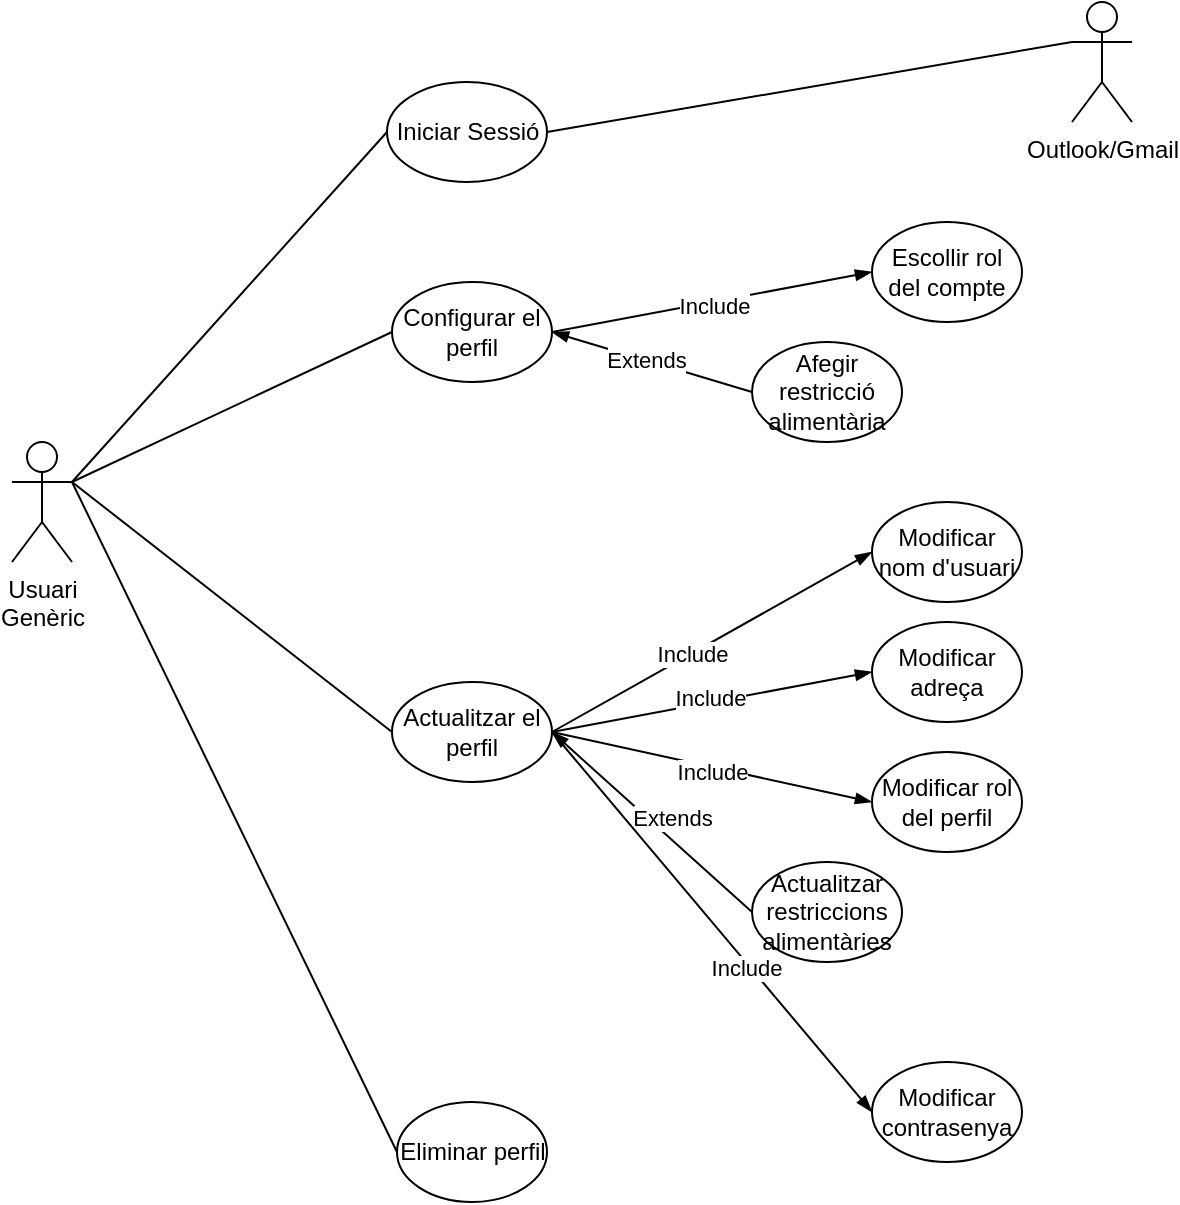
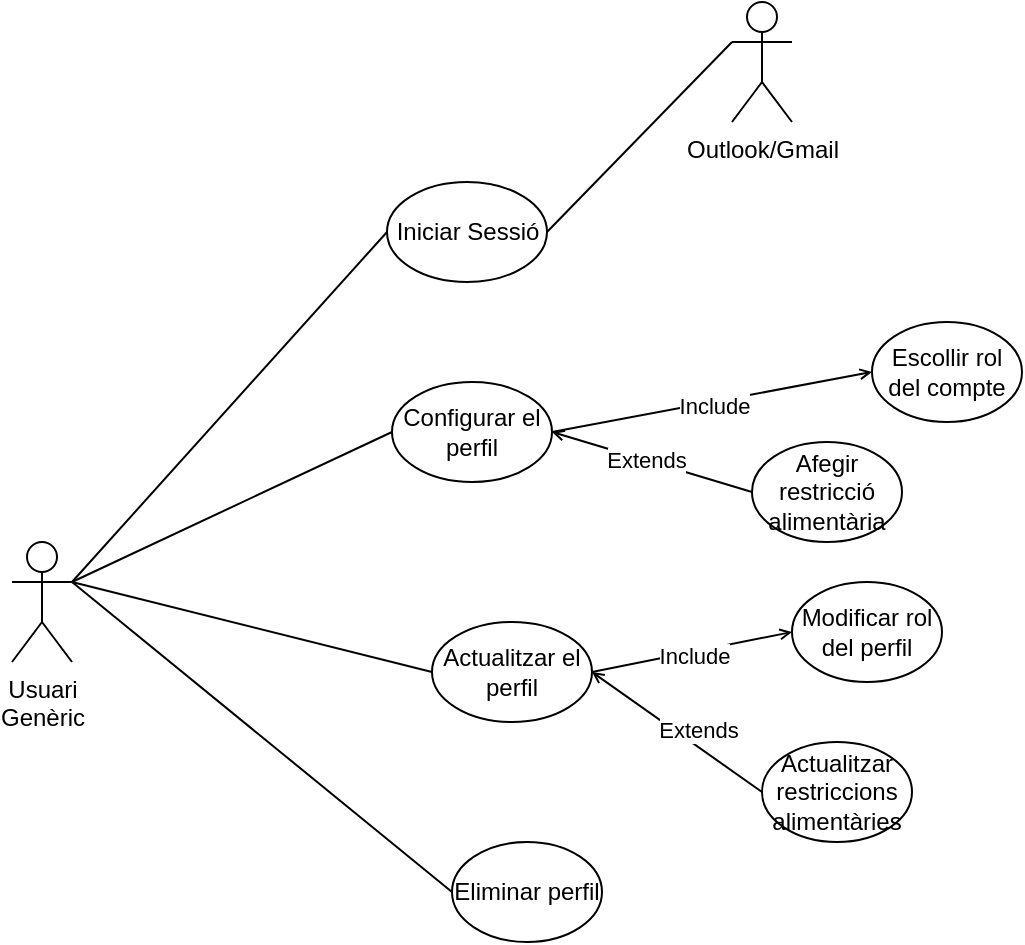
- <mxfile host="Electron" agent="Mozilla/5.0 (X11; Linux x86_64) AppleWebKit/537.36 (KHTML, like Gecko) draw.io/29.6.1 Chrome/142.0.7444.265 Electron/39.8.9 Safari/537.36" version="29.6.1">
+ <mxfile host="Electron" agent="Mozilla/5.0 (X11; Linux x86_64) AppleWebKit/537.36 (KHTML, like Gecko) draw.io/29.6.1 Chrome/142.0.7444.265 Electron/39.8.9 Safari/537.36">
  <diagram name="Pàgina-1" id="554452TnlsPXSCmWLVR3">
-     <mxGraphModel dx="1426" dy="848" grid="1" gridSize="10" guides="1" tooltips="1" connect="1" arrows="1" fold="1" page="1" pageScale="1" pageWidth="1169" pageHeight="827" math="0" shadow="0">
+     <mxGraphModel dx="1712" dy="1001" grid="1" gridSize="10" guides="1" tooltips="1" connect="1" arrows="1" fold="1" page="1" pageScale="1" pageWidth="1169" pageHeight="827" math="0" shadow="0">
      <root>
        <mxCell id="0" />
        <mxCell id="1" parent="0" />
        <mxCell id="fca1Em15TCVHM_VSifuS-20" edge="1" parent="1" source="fca1Em15TCVHM_VSifuS-1" style="edgeStyle=none;shape=connector;rounded=0;orthogonalLoop=1;jettySize=auto;html=1;exitX=1;exitY=0.3333333333333333;exitDx=0;exitDy=0;exitPerimeter=0;entryX=0;entryY=0.5;entryDx=0;entryDy=0;strokeColor=default;align=center;verticalAlign=middle;fontFamily=Helvetica;fontSize=11;fontColor=default;labelBackgroundColor=default;endArrow=none;endFill=0;" target="fca1Em15TCVHM_VSifuS-2">
          <mxGeometry relative="1" as="geometry" />
        </mxCell>
        <mxCell id="rSSmN_jFFpueDopVGZL0-2" edge="1" parent="1" source="fca1Em15TCVHM_VSifuS-1" style="rounded=0;orthogonalLoop=1;jettySize=auto;html=1;exitX=1;exitY=0.3333333333333333;exitDx=0;exitDy=0;exitPerimeter=0;entryX=0;entryY=0.5;entryDx=0;entryDy=0;endArrow=none;endFill=0;" target="rSSmN_jFFpueDopVGZL0-1">
          <mxGeometry relative="1" as="geometry" />
        </mxCell>
        <mxCell id="fca1Em15TCVHM_VSifuS-1" parent="1" style="shape=umlActor;verticalLabelPosition=bottom;verticalAlign=top;html=1;outlineConnect=0;" value="Usuari&lt;div&gt;Genèric&lt;/div&gt;" vertex="1">
          <mxGeometry height="60" width="30" x="270" y="360" as="geometry" />
        </mxCell>
-         <mxCell id="fca1Em15TCVHM_VSifuS-12" edge="1" parent="1" source="fca1Em15TCVHM_VSifuS-2" style="edgeStyle=none;shape=connector;rounded=0;orthogonalLoop=1;jettySize=auto;html=1;exitX=1;exitY=0.5;exitDx=0;exitDy=0;entryX=0;entryY=0.5;entryDx=0;entryDy=0;strokeColor=default;align=center;verticalAlign=middle;fontFamily=Helvetica;fontSize=11;fontColor=default;labelBackgroundColor=default;endArrow=blockThin;endFill=1;" target="fca1Em15TCVHM_VSifuS-5">
+         <mxCell id="fca1Em15TCVHM_VSifuS-12" edge="1" parent="1" source="fca1Em15TCVHM_VSifuS-2" style="edgeStyle=none;shape=connector;rounded=0;orthogonalLoop=1;jettySize=auto;html=1;exitX=1;exitY=0.5;exitDx=0;exitDy=0;entryX=0;entryY=0.5;entryDx=0;entryDy=0;strokeColor=default;align=center;verticalAlign=middle;fontFamily=Helvetica;fontSize=11;fontColor=default;labelBackgroundColor=default;endArrow=open;endFill=0;endSize=4;" target="fca1Em15TCVHM_VSifuS-5">
          <mxGeometry relative="1" as="geometry" />
        </mxCell>
-         <mxCell id="fca1Em15TCVHM_VSifuS-16" connectable="0" parent="fca1Em15TCVHM_VSifuS-12" style="edgeLabel;html=1;align=center;verticalAlign=middle;resizable=0;points=[];fontFamily=Helvetica;fontSize=11;fontColor=default;labelBackgroundColor=default;" value="Include" vertex="1">
+         <mxCell id="fca1Em15TCVHM_VSifuS-16" connectable="0" parent="fca1Em15TCVHM_VSifuS-12" style="edgeLabel;html=1;align=center;verticalAlign=middle;points=[];fontFamily=Helvetica;fontSize=11;fontColor=default;labelBackgroundColor=default;rounded=0;strokeColor=default;" value="Include" vertex="1">
          <mxGeometry relative="1" x="0.0101" y="-2" as="geometry">
            <mxPoint as="offset" />
          </mxGeometry>
        </mxCell>
-         <mxCell id="fca1Em15TCVHM_VSifuS-13" edge="1" parent="1" source="fca1Em15TCVHM_VSifuS-6" style="edgeStyle=none;shape=connector;rounded=0;orthogonalLoop=1;jettySize=auto;html=1;exitX=0;exitY=0.5;exitDx=0;exitDy=0;entryX=1;entryY=0.5;entryDx=0;entryDy=0;strokeColor=default;align=center;verticalAlign=middle;fontFamily=Helvetica;fontSize=11;fontColor=default;labelBackgroundColor=default;endArrow=blockThin;endFill=1;" target="fca1Em15TCVHM_VSifuS-2">
+         <mxCell id="fca1Em15TCVHM_VSifuS-13" edge="1" parent="1" source="fca1Em15TCVHM_VSifuS-6" style="edgeStyle=none;shape=connector;rounded=0;orthogonalLoop=1;jettySize=auto;html=1;exitX=0;exitY=0.5;exitDx=0;exitDy=0;entryX=1;entryY=0.5;entryDx=0;entryDy=0;strokeColor=default;align=center;verticalAlign=middle;fontFamily=Helvetica;fontSize=11;fontColor=default;labelBackgroundColor=default;endArrow=open;endFill=0;endSize=4;" target="fca1Em15TCVHM_VSifuS-2">
          <mxGeometry relative="1" as="geometry" />
        </mxCell>
-         <mxCell id="fca1Em15TCVHM_VSifuS-17" connectable="0" parent="fca1Em15TCVHM_VSifuS-13" style="edgeLabel;html=1;align=center;verticalAlign=middle;resizable=0;points=[];fontFamily=Helvetica;fontSize=11;fontColor=default;labelBackgroundColor=default;" value="Extends" vertex="1">
+         <mxCell id="fca1Em15TCVHM_VSifuS-17" connectable="0" parent="fca1Em15TCVHM_VSifuS-13" style="edgeLabel;html=1;align=center;verticalAlign=middle;points=[];fontFamily=Helvetica;fontSize=11;fontColor=default;labelBackgroundColor=default;rounded=0;strokeColor=default;" value="Extends" vertex="1">
          <mxGeometry relative="1" x="0.0587" as="geometry">
            <mxPoint as="offset" />
          </mxGeometry>
        </mxCell>
        <mxCell id="fca1Em15TCVHM_VSifuS-2" parent="1" style="ellipse;whiteSpace=wrap;html=1;" value="Configurar el perfil" vertex="1">
          <mxGeometry height="50" width="80" x="460" y="280" as="geometry" />
        </mxCell>
        <mxCell id="fca1Em15TCVHM_VSifuS-5" parent="1" style="ellipse;whiteSpace=wrap;html=1;" value="Escollir rol del compte" vertex="1">
          <mxGeometry height="50" width="75" x="700" y="250" as="geometry" />
        </mxCell>
        <mxCell id="fca1Em15TCVHM_VSifuS-6" parent="1" style="ellipse;whiteSpace=wrap;html=1;" value="Afegir restricció alimentària" vertex="1">
          <mxGeometry height="50" width="75" x="640" y="310" as="geometry" />
        </mxCell>
        <mxCell id="fca1Em15TCVHM_VSifuS-21" edge="1" parent="1" source="fca1Em15TCVHM_VSifuS-19" style="edgeStyle=none;shape=connector;rounded=0;orthogonalLoop=1;jettySize=auto;html=1;exitX=0;exitY=0.5;exitDx=0;exitDy=0;strokeColor=default;align=center;verticalAlign=middle;fontFamily=Helvetica;fontSize=11;fontColor=default;labelBackgroundColor=default;endArrow=none;endFill=0;">
          <mxGeometry relative="1" as="geometry">
            <mxPoint x="300" y="380" as="targetPoint" />
          </mxGeometry>
        </mxCell>
        <mxCell id="fca1Em15TCVHM_VSifuS-19" parent="1" style="ellipse;whiteSpace=wrap;html=1;" value="Eliminar perfil" vertex="1">
-           <mxGeometry height="50" width="75" x="462.5" y="690" as="geometry" />
+           <mxGeometry height="50" width="75" x="490" y="510" as="geometry" />
        </mxCell>
        <mxCell id="fca1Em15TCVHM_VSifuS-23" edge="1" parent="1" source="fca1Em15TCVHM_VSifuS-59" style="edgeStyle=none;shape=connector;rounded=0;orthogonalLoop=1;jettySize=auto;html=1;exitX=0;exitY=0.5;exitDx=0;exitDy=0;entryX=1;entryY=0.3333333333333333;entryDx=0;entryDy=0;entryPerimeter=0;strokeColor=default;align=center;verticalAlign=middle;fontFamily=Helvetica;fontSize=11;fontColor=default;labelBackgroundColor=default;endArrow=none;endFill=0;" target="fca1Em15TCVHM_VSifuS-1">
          <mxGeometry relative="1" as="geometry">
            <mxPoint x="470.00000000000125" y="655" as="sourcePoint" />
          </mxGeometry>
        </mxCell>
-         <mxCell id="fca1Em15TCVHM_VSifuS-33" parent="1" style="ellipse;whiteSpace=wrap;html=1;" value="Modificar contrasenya" vertex="1">
-           <mxGeometry height="50" width="75" x="700" y="670" as="geometry" />
-         </mxCell>
-         <mxCell id="fca1Em15TCVHM_VSifuS-51" edge="1" parent="1" source="fca1Em15TCVHM_VSifuS-59" style="rounded=0;orthogonalLoop=1;jettySize=auto;html=1;exitX=1;exitY=0.5;exitDx=0;exitDy=0;entryX=0;entryY=0.5;entryDx=0;entryDy=0;endArrow=blockThin;endFill=1;" target="fca1Em15TCVHM_VSifuS-60">
+         <mxCell id="fca1Em15TCVHM_VSifuS-55" edge="1" parent="1" source="fca1Em15TCVHM_VSifuS-59" style="edgeStyle=none;shape=connector;rounded=0;orthogonalLoop=1;jettySize=auto;html=1;exitX=1;exitY=0.5;exitDx=0;exitDy=0;entryX=0;entryY=0.5;entryDx=0;entryDy=0;strokeColor=default;align=center;verticalAlign=middle;fontFamily=Helvetica;fontSize=11;fontColor=default;labelBackgroundColor=default;endArrow=open;endFill=0;endSize=4;" target="fca1Em15TCVHM_VSifuS-62">
          <mxGeometry relative="1" as="geometry" />
        </mxCell>
-         <mxCell id="fca1Em15TCVHM_VSifuS-52" connectable="0" parent="fca1Em15TCVHM_VSifuS-51" style="edgeLabel;html=1;align=center;verticalAlign=middle;resizable=0;points=[];fontFamily=Helvetica;fontSize=11;fontColor=default;labelBackgroundColor=default;" value="Include" vertex="1">
-           <mxGeometry relative="1" x="-0.1233" as="geometry">
-             <mxPoint as="offset" />
-           </mxGeometry>
-         </mxCell>
-         <mxCell id="fca1Em15TCVHM_VSifuS-53" edge="1" parent="1" source="fca1Em15TCVHM_VSifuS-59" style="edgeStyle=none;shape=connector;rounded=0;orthogonalLoop=1;jettySize=auto;html=1;exitX=1;exitY=0.5;exitDx=0;exitDy=0;entryX=0;entryY=0.5;entryDx=0;entryDy=0;strokeColor=default;align=center;verticalAlign=middle;fontFamily=Helvetica;fontSize=11;fontColor=default;labelBackgroundColor=default;endArrow=blockThin;endFill=1;" target="fca1Em15TCVHM_VSifuS-61">
-           <mxGeometry relative="1" as="geometry" />
-         </mxCell>
-         <mxCell id="fca1Em15TCVHM_VSifuS-54" connectable="0" parent="fca1Em15TCVHM_VSifuS-53" style="edgeLabel;html=1;align=center;verticalAlign=middle;resizable=0;points=[];fontFamily=Helvetica;fontSize=11;fontColor=default;labelBackgroundColor=default;" value="Include" vertex="1">
-           <mxGeometry relative="1" x="-0.0078" y="2" as="geometry">
-             <mxPoint as="offset" />
-           </mxGeometry>
-         </mxCell>
-         <mxCell id="fca1Em15TCVHM_VSifuS-55" edge="1" parent="1" source="fca1Em15TCVHM_VSifuS-59" style="edgeStyle=none;shape=connector;rounded=0;orthogonalLoop=1;jettySize=auto;html=1;exitX=1;exitY=0.5;exitDx=0;exitDy=0;entryX=0;entryY=0.5;entryDx=0;entryDy=0;strokeColor=default;align=center;verticalAlign=middle;fontFamily=Helvetica;fontSize=11;fontColor=default;labelBackgroundColor=default;endArrow=blockThin;endFill=1;" target="fca1Em15TCVHM_VSifuS-62">
-           <mxGeometry relative="1" as="geometry" />
-         </mxCell>
-         <mxCell id="fca1Em15TCVHM_VSifuS-56" connectable="0" parent="fca1Em15TCVHM_VSifuS-55" style="edgeLabel;html=1;align=center;verticalAlign=middle;resizable=0;points=[];fontFamily=Helvetica;fontSize=11;fontColor=default;labelBackgroundColor=default;" value="Include" vertex="1">
+         <mxCell id="fca1Em15TCVHM_VSifuS-56" connectable="0" parent="fca1Em15TCVHM_VSifuS-55" style="edgeLabel;html=1;align=center;verticalAlign=middle;points=[];fontFamily=Helvetica;fontSize=11;fontColor=default;labelBackgroundColor=default;rounded=0;strokeColor=default;" value="Include" vertex="1">
          <mxGeometry relative="1" x="0.0101" y="-2" as="geometry">
            <mxPoint as="offset" />
          </mxGeometry>
        </mxCell>
-         <mxCell id="fca1Em15TCVHM_VSifuS-57" edge="1" parent="1" source="fca1Em15TCVHM_VSifuS-63" style="edgeStyle=none;shape=connector;rounded=0;orthogonalLoop=1;jettySize=auto;html=1;exitX=0;exitY=0.5;exitDx=0;exitDy=0;entryX=1;entryY=0.5;entryDx=0;entryDy=0;strokeColor=default;align=center;verticalAlign=middle;fontFamily=Helvetica;fontSize=11;fontColor=default;labelBackgroundColor=default;endArrow=blockThin;endFill=1;" target="fca1Em15TCVHM_VSifuS-59">
+         <mxCell id="fca1Em15TCVHM_VSifuS-57" edge="1" parent="1" source="fca1Em15TCVHM_VSifuS-63" style="edgeStyle=none;shape=connector;rounded=0;orthogonalLoop=1;jettySize=auto;html=1;exitX=0;exitY=0.5;exitDx=0;exitDy=0;entryX=1;entryY=0.5;entryDx=0;entryDy=0;strokeColor=default;align=center;verticalAlign=middle;fontFamily=Helvetica;fontSize=11;fontColor=default;labelBackgroundColor=default;endArrow=open;endFill=0;endSize=4;" target="fca1Em15TCVHM_VSifuS-59">
          <mxGeometry relative="1" as="geometry" />
        </mxCell>
-         <mxCell id="fca1Em15TCVHM_VSifuS-58" connectable="0" parent="fca1Em15TCVHM_VSifuS-57" style="edgeLabel;html=1;align=center;verticalAlign=middle;resizable=0;points=[];fontFamily=Helvetica;fontSize=11;fontColor=default;labelBackgroundColor=default;" value="Extends" vertex="1">
+         <mxCell id="fca1Em15TCVHM_VSifuS-58" connectable="0" parent="fca1Em15TCVHM_VSifuS-57" style="edgeLabel;html=1;align=center;verticalAlign=middle;points=[];fontFamily=Helvetica;fontSize=11;fontColor=default;labelBackgroundColor=default;rounded=0;strokeColor=default;" value="Extends" vertex="1">
          <mxGeometry relative="1" x="0.0587" as="geometry">
            <mxPoint x="13" as="offset" />
          </mxGeometry>
        </mxCell>
-         <mxCell id="fca1Em15TCVHM_VSifuS-65" edge="1" parent="1" source="fca1Em15TCVHM_VSifuS-59" style="edgeStyle=none;shape=connector;rounded=0;orthogonalLoop=1;jettySize=auto;html=1;exitX=1;exitY=0.5;exitDx=0;exitDy=0;entryX=0;entryY=0.5;entryDx=0;entryDy=0;strokeColor=default;align=center;verticalAlign=middle;fontFamily=Helvetica;fontSize=11;fontColor=default;labelBackgroundColor=default;endArrow=blockThin;endFill=1;" target="fca1Em15TCVHM_VSifuS-33">
-           <mxGeometry relative="1" as="geometry" />
-         </mxCell>
-         <mxCell id="fca1Em15TCVHM_VSifuS-66" connectable="0" parent="fca1Em15TCVHM_VSifuS-65" style="edgeLabel;html=1;align=center;verticalAlign=middle;resizable=0;points=[];fontFamily=Helvetica;fontSize=11;fontColor=default;labelBackgroundColor=default;" value="Include" vertex="1">
-           <mxGeometry relative="1" x="0.2275" y="-2" as="geometry">
-             <mxPoint as="offset" />
-           </mxGeometry>
-         </mxCell>
        <mxCell id="fca1Em15TCVHM_VSifuS-59" parent="1" style="ellipse;whiteSpace=wrap;html=1;" value="Actualitzar el perfil" vertex="1">
-           <mxGeometry height="50" width="80" x="460" y="480" as="geometry" />
-         </mxCell>
-         <mxCell id="fca1Em15TCVHM_VSifuS-60" parent="1" style="ellipse;whiteSpace=wrap;html=1;" value="Modificar nom d&#39;usuari" vertex="1">
-           <mxGeometry height="50" width="75" x="700" y="390" as="geometry" />
-         </mxCell>
-         <mxCell id="fca1Em15TCVHM_VSifuS-61" parent="1" style="ellipse;whiteSpace=wrap;html=1;" value="Modificar adreça" vertex="1">
-           <mxGeometry height="50" width="75" x="700" y="450" as="geometry" />
+           <mxGeometry height="50" width="80" x="480" y="400" as="geometry" />
        </mxCell>
        <mxCell id="fca1Em15TCVHM_VSifuS-62" parent="1" style="ellipse;whiteSpace=wrap;html=1;" value="Modificar rol del perfil" vertex="1">
-           <mxGeometry height="50" width="75" x="700" y="515" as="geometry" />
+           <mxGeometry height="50" width="75" x="660" y="380" as="geometry" />
        </mxCell>
        <mxCell id="fca1Em15TCVHM_VSifuS-63" parent="1" style="ellipse;whiteSpace=wrap;html=1;" value="Actualitzar restriccions alimentàries" vertex="1">
-           <mxGeometry height="50" width="75" x="640" y="570" as="geometry" />
+           <mxGeometry height="50" width="75" x="645" y="460" as="geometry" />
        </mxCell>
        <mxCell id="rSSmN_jFFpueDopVGZL0-1" parent="1" style="ellipse;whiteSpace=wrap;html=1;" value="Iniciar Sessió" vertex="1">
          <mxGeometry height="50" width="80" x="457.5" y="180" as="geometry" />
        </mxCell>
        <mxCell id="rSSmN_jFFpueDopVGZL0-3" parent="1" style="shape=umlActor;verticalLabelPosition=bottom;verticalAlign=top;html=1;outlineConnect=0;" value="Outlook/Gmail" vertex="1">
-           <mxGeometry height="60" width="30" x="800" y="140" as="geometry" />
+           <mxGeometry height="60" width="30" x="630" y="90" as="geometry" />
        </mxCell>
        <mxCell id="rSSmN_jFFpueDopVGZL0-4" edge="1" parent="1" source="rSSmN_jFFpueDopVGZL0-1" style="rounded=0;orthogonalLoop=1;jettySize=auto;html=1;exitX=1;exitY=0.5;exitDx=0;exitDy=0;entryX=0;entryY=0.3333333333333333;entryDx=0;entryDy=0;entryPerimeter=0;endArrow=none;endFill=0;" target="rSSmN_jFFpueDopVGZL0-3">
          <mxGeometry relative="1" as="geometry" />
        </mxCell>
      </root>
    </mxGraphModel>
  </diagram>
</mxfile>
